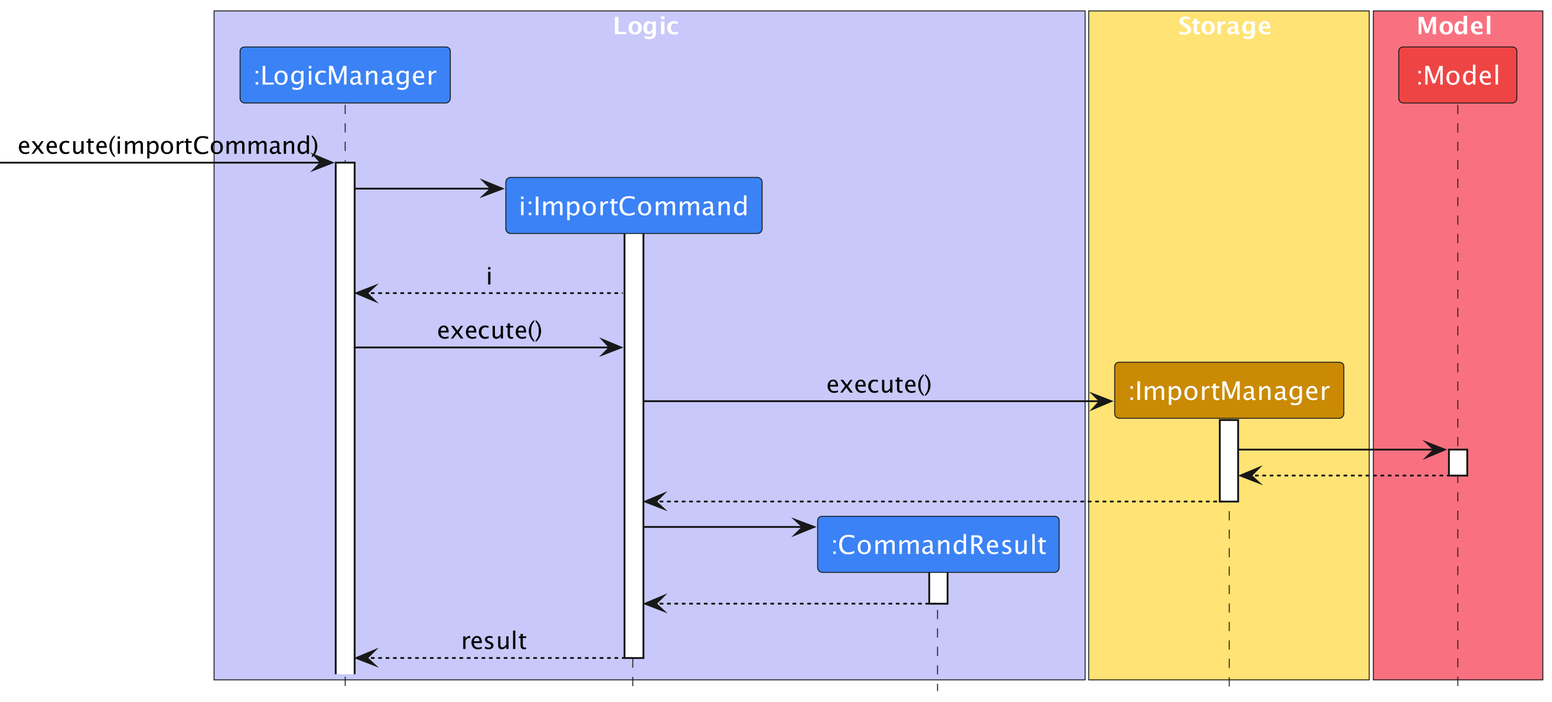
Before: docs/images/ImportSequenceDiagram.png, a diagram exported from PlantUML (nus-cs2103-AY2223S2/tp).
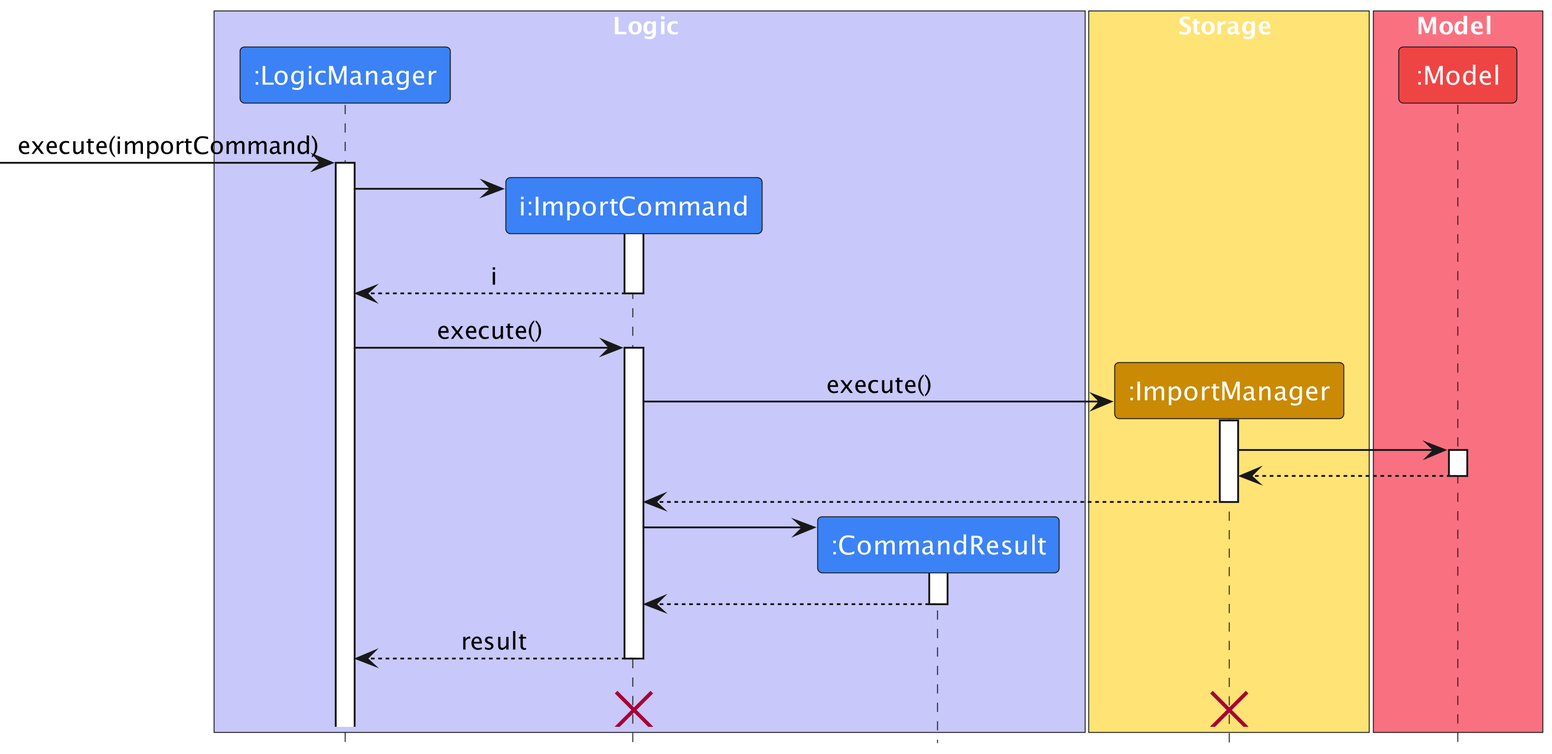
The same diagram one commit later.

Change to the diagram source:
```diff
@@ -23,9 +23,10 @@
 
 activate ImportCommand
 ImportCommand --> LogicManager : i
-
+deactivate ImportCommand
 
 LogicManager -> ImportCommand : execute()
+activate ImportCommand
 create ImportManager
 ImportCommand -> ImportManager : execute()
 
@@ -50,7 +51,10 @@
 deactivate ImportCommand
 
 
-
+ImportCommand -[hidden]-> LogicManager
+LogicManager -[hidden]->]
+destroy ImportManager
+destroy ImportCommand
 
 
 @enduml
```
